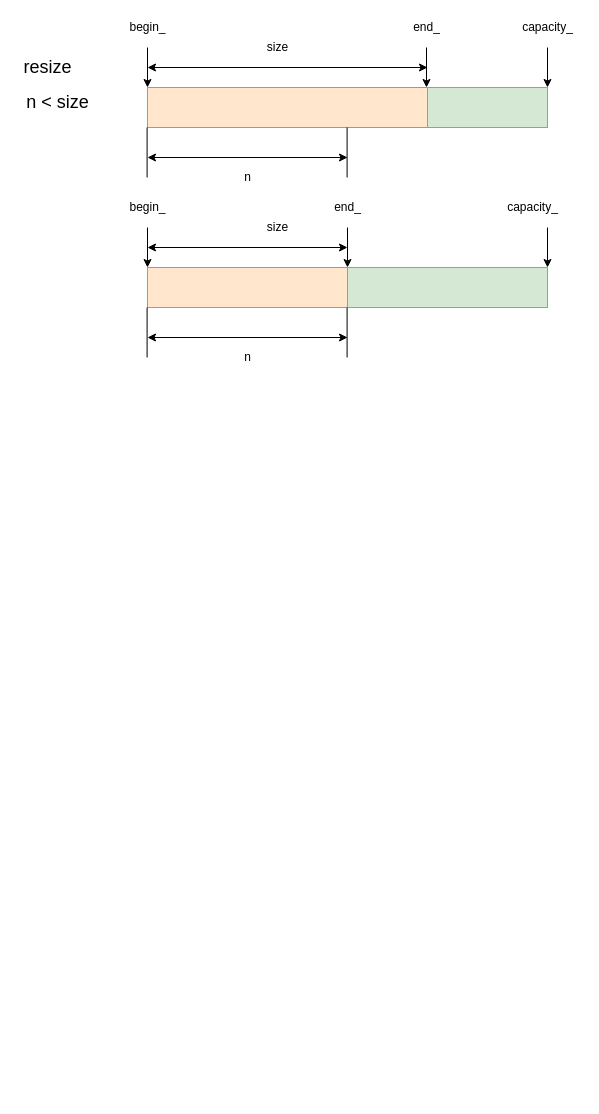
Before: blog/open_source_project/MyTinySTL/vector/vector.drawio in zgjsxx/static-img-repo, a draw.io diagram. Source tidied: cells renumbered, new cells numbered last; positions are measured from the earlier drawing's top-left corner, leaving out a move shared by most shapes. Both pictures are drawn from the tidied source at 100%, with x=0, y=0 at pixel (17, 17).
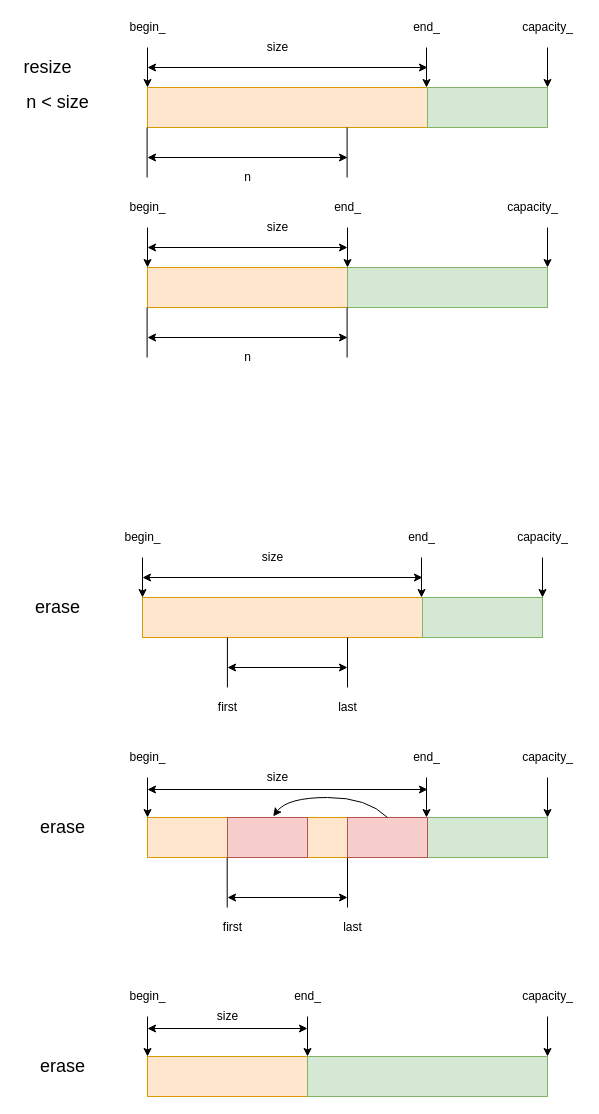
Above is the later version.

Diff of the diagram source:
```diff
@@
+    <mxCell id="32" style="rounded=0;whiteSpace=wrap;html=1;fillColor=#ffe6cc;strokeColor=#d79b00;" parent="1" vertex="1">
+      <mxGeometry x="125" y="580" width="280" height="40" as="geometry" />
+    </mxCell>
+    <mxCell id="33" style="rounded=0;whiteSpace=wrap;html=1;fillColor=#d5e8d4;strokeColor=#82b366;" parent="1" vertex="1">
+      <mxGeometry x="405" y="580" width="120" height="40" as="geometry" />
+    </mxCell>
+    <mxCell id="34" style="endArrow=classic;html=1;rounded=0;entryX=0;entryY=0;entryDx=0;entryDy=0;" parent="1" edge="1" target="32">
+      <mxGeometry relative="1" as="geometry">
+        <mxPoint x="125" y="540" as="sourcePoint" />
+      </mxGeometry>
+    </mxCell>
+    <mxCell id="35" style="endArrow=classic;html=1;rounded=0;entryX=0;entryY=0;entryDx=0;entryDy=0;" parent="1" edge="1">
+      <mxGeometry relative="1" as="geometry">
+        <mxPoint x="404" y="540" as="sourcePoint" />
+        <mxPoint x="404" y="580" as="targetPoint" />
+      </mxGeometry>
+    </mxCell>
+    <mxCell id="36" style="endArrow=classic;html=1;rounded=0;entryX=0;entryY=0;entryDx=0;entryDy=0;" parent="1" edge="1">
+      <mxGeometry relative="1" as="geometry">
+        <mxPoint x="525" y="540" as="sourcePoint" />
+        <mxPoint x="525" y="580" as="targetPoint" />
+      </mxGeometry>
+    </mxCell>
+    <mxCell id="37" value="begin_" style="text;html=1;align=center;verticalAlign=middle;fillColor=none;strokeColor=none;rounded=0;" parent="1" vertex="1">
+      <mxGeometry x="100" y="510" width="50" height="20" as="geometry" />
+    </mxCell>
+    <mxCell id="38" value="end_" style="text;html=1;align=center;verticalAlign=middle;fillColor=none;strokeColor=none;rounded=0;" parent="1" vertex="1">
+      <mxGeometry x="384" y="510" width="40" height="20" as="geometry" />
+    </mxCell>
+    <mxCell id="39" value="capacity_" style="text;html=1;align=center;verticalAlign=middle;fillColor=none;strokeColor=none;rounded=0;" parent="1" vertex="1">
+      <mxGeometry x="490" y="510" width="70" height="20" as="geometry" />
+    </mxCell>
+    <mxCell id="40" style="endArrow=classic;startArrow=classic;html=1;rounded=0;fontSize=12;" parent="1" edge="1">
+      <mxGeometry relative="1" as="geometry">
+        <mxPoint x="210" y="650" as="sourcePoint" />
+        <mxPoint x="330" y="650" as="targetPoint" />
+      </mxGeometry>
+    </mxCell>
+    <mxCell id="41" style="endArrow=none;html=1;rounded=0;fontSize=12;" parent="1" edge="1">
+      <mxGeometry relative="1" as="geometry">
+        <mxPoint x="209.9" y="670" as="sourcePoint" />
+        <mxPoint x="209.9" y="620" as="targetPoint" />
+      </mxGeometry>
+    </mxCell>
+    <mxCell id="42" style="endArrow=none;html=1;rounded=0;fontSize=12;" parent="1" edge="1">
+      <mxGeometry relative="1" as="geometry">
+        <mxPoint x="330" y="670" as="sourcePoint" />
+        <mxPoint x="330" y="620" as="targetPoint" />
+      </mxGeometry>
+    </mxCell>
+    <mxCell id="43" value="first" style="text;html=1;align=center;verticalAlign=middle;fillColor=none;strokeColor=none;rounded=0;fontSize=12;" parent="1" vertex="1">
+      <mxGeometry x="190" y="675" width="40" height="30" as="geometry" />
+    </mxCell>
+    <mxCell id="44" style="endArrow=classic;startArrow=classic;html=1;rounded=0;fontSize=12;" parent="1" edge="1">
+      <mxGeometry relative="1" as="geometry">
+        <mxPoint x="125" y="560" as="sourcePoint" />
+        <mxPoint x="405" y="560" as="targetPoint" />
+      </mxGeometry>
+    </mxCell>
+    <mxCell id="45" value="size" style="text;html=1;align=center;verticalAlign=middle;fillColor=none;strokeColor=none;rounded=0;fontSize=12;" parent="1" vertex="1">
+      <mxGeometry x="235" y="530" width="40" height="20" as="geometry" />
+    </mxCell>
+    <mxCell id="46" value="&lt;font style=&quot;font-size: 18px&quot;&gt;erase&lt;/font&gt;" style="text;html=1;align=center;verticalAlign=middle;fillColor=none;strokeColor=none;rounded=0;fontSize=12;" parent="1" vertex="1">
+      <mxGeometry x="5" y="570" width="70" height="40" as="geometry" />
+    </mxCell>
+    <mxCell id="47" value="last" style="text;html=1;align=center;verticalAlign=middle;fillColor=none;strokeColor=none;rounded=0;fontSize=12;" parent="1" vertex="1">
+      <mxGeometry x="310" y="675" width="40" height="30" as="geometry" />
+    </mxCell>
+    <mxCell id="48" style="rounded=0;whiteSpace=wrap;html=1;fillColor=#ffe6cc;strokeColor=#d79b00;" parent="1" vertex="1">
+      <mxGeometry x="130" y="800" width="200" height="40" as="geometry" />
+    </mxCell>
+    <mxCell id="49" style="rounded=0;whiteSpace=wrap;html=1;fillColor=#d5e8d4;strokeColor=#82b366;" parent="1" vertex="1">
+      <mxGeometry x="410" y="800" width="120" height="40" as="geometry" />
+    </mxCell>
+    <mxCell id="50" style="endArrow=classic;html=1;rounded=0;entryX=0;entryY=0;entryDx=0;entryDy=0;" parent="1" edge="1" target="48">
+      <mxGeometry relative="1" as="geometry">
+        <mxPoint x="130" y="760" as="sourcePoint" />
+      </mxGeometry>
+    </mxCell>
+    <mxCell id="51" style="endArrow=classic;html=1;rounded=0;entryX=0;entryY=0;entryDx=0;entryDy=0;" parent="1" edge="1">
+      <mxGeometry relative="1" as="geometry">
+        <mxPoint x="409" y="760" as="sourcePoint" />
+        <mxPoint x="409" y="800" as="targetPoint" />
+      </mxGeometry>
+    </mxCell>
+    <mxCell id="52" style="endArrow=classic;html=1;rounded=0;entryX=0;entryY=0;entryDx=0;entryDy=0;" parent="1" edge="1">
+      <mxGeometry relative="1" as="geometry">
+        <mxPoint x="530" y="760" as="sourcePoint" />
+        <mxPoint x="530" y="800" as="targetPoint" />
+      </mxGeometry>
+    </mxCell>
+    <mxCell id="53" value="begin_" style="text;html=1;align=center;verticalAlign=middle;fillColor=none;strokeColor=none;rounded=0;" parent="1" vertex="1">
+      <mxGeometry x="105" y="730" width="50" height="20" as="geometry" />
+    </mxCell>
+    <mxCell id="54" value="end_" style="text;html=1;align=center;verticalAlign=middle;fillColor=none;strokeColor=none;rounded=0;" parent="1" vertex="1">
+      <mxGeometry x="389" y="730" width="40" height="20" as="geometry" />
+    </mxCell>
+    <mxCell id="55" value="capacity_" style="text;html=1;align=center;verticalAlign=middle;fillColor=none;strokeColor=none;rounded=0;" parent="1" vertex="1">
+      <mxGeometry x="495" y="730" width="70" height="20" as="geometry" />
+    </mxCell>
+    <mxCell id="56" style="endArrow=classic;startArrow=classic;html=1;rounded=0;fontSize=12;" parent="1" edge="1">
+      <mxGeometry relative="1" as="geometry">
+        <mxPoint x="210" y="880" as="sourcePoint" />
+        <mxPoint x="330" y="880" as="targetPoint" />
+      </mxGeometry>
+    </mxCell>
+    <mxCell id="57" style="endArrow=none;html=1;rounded=0;fontSize=12;" parent="1" edge="1">
+      <mxGeometry relative="1" as="geometry">
+        <mxPoint x="209.7" y="890" as="sourcePoint" />
+        <mxPoint x="209.7" y="840" as="targetPoint" />
+      </mxGeometry>
+    </mxCell>
+    <mxCell id="58" style="endArrow=none;html=1;rounded=0;fontSize=12;" parent="1" edge="1">
+      <mxGeometry relative="1" as="geometry">
+        <mxPoint x="330" y="890" as="sourcePoint" />
+        <mxPoint x="330" y="840" as="targetPoint" />
+      </mxGeometry>
+    </mxCell>
+    <mxCell id="59" value="first" style="text;html=1;align=center;verticalAlign=middle;fillColor=none;strokeColor=none;rounded=0;fontSize=12;" parent="1" vertex="1">
+      <mxGeometry x="195" y="895" width="40" height="30" as="geometry" />
+    </mxCell>
+    <mxCell id="60" style="endArrow=classic;startArrow=classic;html=1;rounded=0;fontSize=12;" parent="1" edge="1">
+      <mxGeometry relative="1" as="geometry">
+        <mxPoint x="130" y="772" as="sourcePoint" />
+        <mxPoint x="410" y="772" as="targetPoint" />
+      </mxGeometry>
+    </mxCell>
+    <mxCell id="61" value="size" style="text;html=1;align=center;verticalAlign=middle;fillColor=none;strokeColor=none;rounded=0;fontSize=12;" parent="1" vertex="1">
+      <mxGeometry x="240" y="750" width="40" height="20" as="geometry" />
+    </mxCell>
+    <mxCell id="62" value="&lt;font style=&quot;font-size: 18px&quot;&gt;erase&lt;/font&gt;" style="text;html=1;align=center;verticalAlign=middle;fillColor=none;strokeColor=none;rounded=0;fontSize=12;" parent="1" vertex="1">
+      <mxGeometry x="10" y="790" width="70" height="40" as="geometry" />
+    </mxCell>
+    <mxCell id="63" value="last" style="text;html=1;align=center;verticalAlign=middle;fillColor=none;strokeColor=none;rounded=0;fontSize=12;" parent="1" vertex="1">
+      <mxGeometry x="315" y="895" width="40" height="30" as="geometry" />
+    </mxCell>
+    <mxCell id="64" style="rounded=0;whiteSpace=wrap;html=1;fillColor=#f8cecc;strokeColor=#b85450;" parent="1" vertex="1">
+      <mxGeometry x="330" y="800" width="80" height="40" as="geometry" />
+    </mxCell>
+    <mxCell id="65" style="rounded=0;whiteSpace=wrap;html=1;fillColor=#f8cecc;strokeColor=#b85450;" parent="1" vertex="1">
+      <mxGeometry x="210" y="800" width="80" height="40" as="geometry" />
+    </mxCell>
+    <mxCell id="66" style="curved=1;endArrow=classic;html=1;rounded=0;exitX=0.5;exitY=0;exitDx=0;exitDy=0;entryX=0.571;entryY=-0.029;entryDx=0;entryDy=0;entryPerimeter=0;" parent="1" edge="1" source="64" target="65">
+      <mxGeometry relative="1" as="geometry">
+        <Array as="points">
+          <mxPoint x="350" y="780" />
+          <mxPoint x="270" y="780" />
+        </Array>
+      </mxGeometry>
+    </mxCell>
+    <mxCell id="67" style="rounded=0;whiteSpace=wrap;html=1;fillColor=#ffe6cc;strokeColor=#d79b00;" parent="1" vertex="1">
+      <mxGeometry x="130" y="1039" width="160" height="40" as="geometry" />
+    </mxCell>
+    <mxCell id="68" style="rounded=0;whiteSpace=wrap;html=1;fillColor=#d5e8d4;strokeColor=#82b366;" parent="1" vertex="1">
+      <mxGeometry x="290" y="1039" width="240" height="40" as="geometry" />
+    </mxCell>
+    <mxCell id="69" style="endArrow=classic;html=1;rounded=0;entryX=0;entryY=0;entryDx=0;entryDy=0;" parent="1" edge="1" target="67">
+      <mxGeometry relative="1" as="geometry">
+        <mxPoint x="130" y="999" as="sourcePoint" />
+      </mxGeometry>
+    </mxCell>
+    <mxCell id="70" style="endArrow=classic;html=1;rounded=0;entryX=0;entryY=0;entryDx=0;entryDy=0;" parent="1" edge="1">
+      <mxGeometry relative="1" as="geometry">
+        <mxPoint x="290" y="999" as="sourcePoint" />
+        <mxPoint x="290" y="1039" as="targetPoint" />
+      </mxGeometry>
+    </mxCell>
+    <mxCell id="71" style="endArrow=classic;html=1;rounded=0;entryX=0;entryY=0;entryDx=0;entryDy=0;" parent="1" edge="1">
+      <mxGeometry relative="1" as="geometry">
+        <mxPoint x="530" y="999" as="sourcePoint" />
+        <mxPoint x="530" y="1039" as="targetPoint" />
+      </mxGeometry>
+    </mxCell>
+    <mxCell id="72" value="begin_" style="text;html=1;align=center;verticalAlign=middle;fillColor=none;strokeColor=none;rounded=0;" parent="1" vertex="1">
+      <mxGeometry x="105" y="969" width="50" height="20" as="geometry" />
+    </mxCell>
+    <mxCell id="73" value="end_" style="text;html=1;align=center;verticalAlign=middle;fillColor=none;strokeColor=none;rounded=0;" parent="1" vertex="1">
+      <mxGeometry x="270" y="969" width="40" height="20" as="geometry" />
+    </mxCell>
+    <mxCell id="74" value="capacity_" style="text;html=1;align=center;verticalAlign=middle;fillColor=none;strokeColor=none;rounded=0;" parent="1" vertex="1">
+      <mxGeometry x="495" y="969" width="70" height="20" as="geometry" />
+    </mxCell>
+    <mxCell id="75" style="endArrow=classic;startArrow=classic;html=1;rounded=0;fontSize=12;" parent="1" edge="1">
+      <mxGeometry relative="1" as="geometry">
+        <mxPoint x="130" y="1011" as="sourcePoint" />
+        <mxPoint x="290" y="1011" as="targetPoint" />
+      </mxGeometry>
+    </mxCell>
+    <mxCell id="76" value="size" style="text;html=1;align=center;verticalAlign=middle;fillColor=none;strokeColor=none;rounded=0;fontSize=12;" parent="1" vertex="1">
+      <mxGeometry x="190" y="989" width="40" height="20" as="geometry" />
+    </mxCell>
+    <mxCell id="77" value="&lt;font style=&quot;font-size: 18px&quot;&gt;erase&lt;/font&gt;" style="text;html=1;align=center;verticalAlign=middle;fillColor=none;strokeColor=none;rounded=0;fontSize=12;" parent="1" vertex="1">
+      <mxGeometry x="10" y="1029" width="70" height="40" as="geometry" />
+    </mxCell>
```
